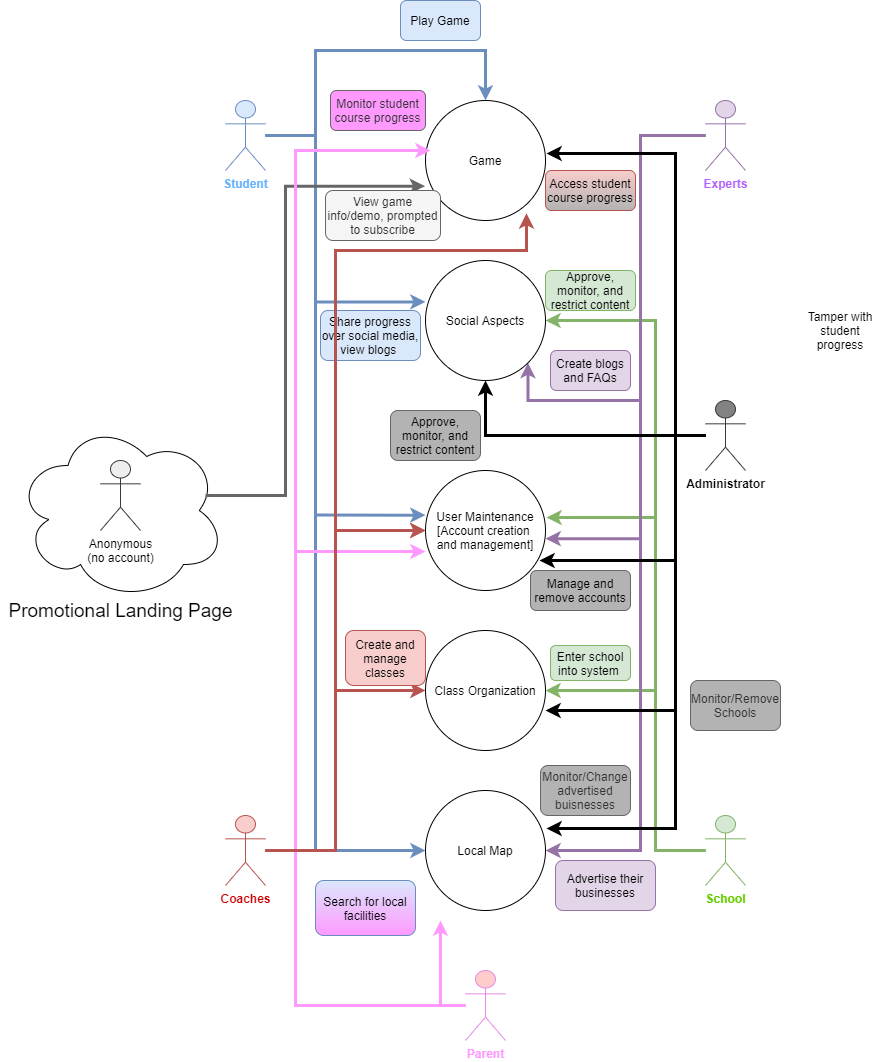
Before: Deliverables/Week_2/Use Cases.png, a diagram exported from draw.io (Hanandrof/Group-3-Repository). Source tidied: cells renumbered, new cells last; positions are measured from the earlier drawing's top-left corner, leaving out a move shared by most shapes.
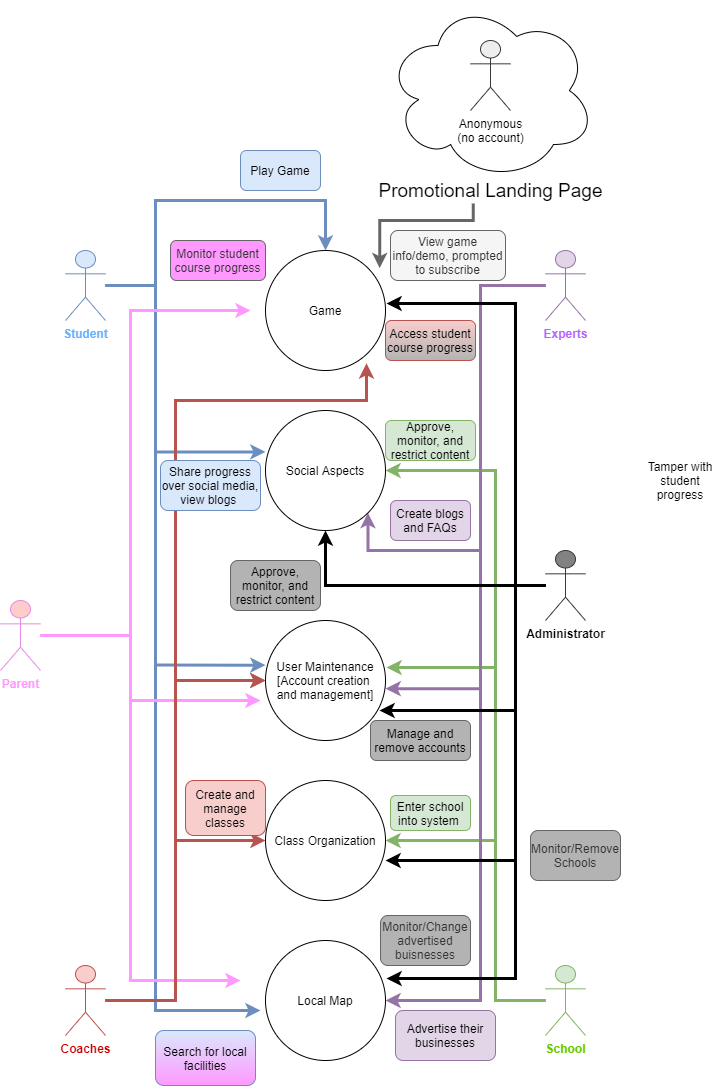
Later version of the same file.

What changed in the source:
```diff
@@ -3,7 +3,7 @@
     <mxCell id="0" />
     <mxCell id="1" parent="0" />
     <mxCell id="2" style="ellipse;shape=cloud;whiteSpace=wrap;html=1;" parent="1" vertex="1">
-      <mxGeometry x="15" y="420" width="210" height="180" as="geometry" />
+      <mxGeometry x="545" y="-150" width="210" height="180" as="geometry" />
     </mxCell>
     <mxCell id="3" style="edgeStyle=orthogonalEdgeStyle;rounded=0;jettySize=auto;html=1;entryX=0.5;entryY=0;entryDx=0;entryDy=0;fillColor=#dae8fc;strokeColor=#6c8ebf;strokeWidth=3;" parent="1" edge="1" source="7" target="19">
       <mxGeometry relative="1" as="geometry">
@@ -30,11 +30,12 @@
         </Array>
       </mxGeometry>
     </mxCell>
-    <mxCell id="6" style="edgeStyle=orthogonalEdgeStyle;rounded=0;jettySize=auto;html=1;entryX=0;entryY=0.5;entryDx=0;entryDy=0;fillColor=#dae8fc;strokeColor=#6c8ebf;strokeWidth=3;" parent="1" edge="1" source="7" target="23">
+    <mxCell id="6" style="edgeStyle=orthogonalEdgeStyle;rounded=0;jettySize=auto;html=1;fillColor=#dae8fc;strokeColor=#6c8ebf;strokeWidth=3;" parent="1" edge="1" source="7">
       <mxGeometry relative="1" as="geometry">
+        <mxPoint x="420" y="860" as="targetPoint" />
         <Array as="points">
           <mxPoint x="315" y="135" />
-          <mxPoint x="315" y="850" />
+          <mxPoint x="315" y="860" />
         </Array>
       </mxGeometry>
     </mxCell>
@@ -133,9 +134,6 @@
     <mxCell id="24" value="Play Game" style="text;html=1;strokeColor=#6c8ebf;fillColor=#dae8fc;align=center;verticalAlign=middle;whiteSpace=wrap;rounded=1;" parent="1" vertex="1">
       <mxGeometry x="400" width="80" height="40" as="geometry" />
     </mxCell>
-    <mxCell id="25" value="Share progress over social media, view blogs&amp;nbsp;" style="text;html=1;strokeColor=#6c8ebf;fillColor=#dae8fc;align=center;verticalAlign=middle;whiteSpace=wrap;rounded=1;" parent="1" vertex="1">
-      <mxGeometry x="320" y="310" width="100" height="50" as="geometry" />
-    </mxCell>
     <mxCell id="26" value="Approve, monitor, and restrict content" style="text;html=1;strokeColor=#82b366;fillColor=#d5e8d4;align=center;verticalAlign=middle;whiteSpace=wrap;rounded=1;glass=0;shadow=0;sketch=0;" parent="1" vertex="1">
       <mxGeometry x="545" y="270" width="90" height="40" as="geometry" />
     </mxCell>
@@ -154,17 +152,16 @@
     <mxCell id="31" value="Create blogs and FAQs" style="text;html=1;strokeColor=#9673a6;fillColor=#e1d5e7;align=center;verticalAlign=middle;whiteSpace=wrap;rounded=1;fontSize=12;" parent="1" vertex="1">
       <mxGeometry x="550" y="350" width="80" height="40" as="geometry" />
     </mxCell>
-    <mxCell id="32" style="edgeStyle=orthogonalEdgeStyle;rounded=0;jettySize=auto;html=1;entryX=-0.004;entryY=0.714;entryDx=0;entryDy=0;entryPerimeter=0;strokeWidth=3;fillColor=#f5f5f5;strokeColor=#666666;" parent="1" edge="1" target="19">
+    <mxCell id="32" style="edgeStyle=orthogonalEdgeStyle;rounded=0;jettySize=auto;html=1;strokeWidth=3;fillColor=#f5f5f5;strokeColor=#666666;exitX=0.428;exitY=1.152;exitDx=0;exitDy=0;exitPerimeter=0;entryX=0.952;entryY=0.147;entryDx=0;entryDy=0;entryPerimeter=0;" parent="1" edge="1" source="41" target="19">
       <mxGeometry relative="1" as="geometry">
-        <mxPoint x="205" y="495" as="sourcePoint" />
         <Array as="points">
-          <mxPoint x="285" y="495" />
-          <mxPoint x="285" y="186" />
+          <mxPoint x="633" y="70" />
+          <mxPoint x="539" y="70" />
         </Array>
       </mxGeometry>
     </mxCell>
     <mxCell id="33" value="Anonymous&lt;br&gt;(no account)" style="shape=umlActor;verticalLabelPosition=bottom;verticalAlign=top;html=1;fillColor=#eeeeee;strokeColor=#36393d;" parent="1" vertex="1">
-      <mxGeometry x="100" y="460" width="40" height="70" as="geometry" />
+      <mxGeometry x="630" y="-110" width="40" height="70" as="geometry" />
     </mxCell>
     <mxCell id="34" style="edgeStyle=orthogonalEdgeStyle;rounded=0;jettySize=auto;html=1;entryX=0.95;entryY=0.75;entryDx=0;entryDy=0;entryPerimeter=0;strokeWidth=3;" parent="1" edge="1" source="39" target="21">
       <mxGeometry relative="1" as="geometry">
@@ -212,36 +209,41 @@
       <mxGeometry x="545" y="170" width="90" height="40" as="geometry" />
     </mxCell>
     <mxCell id="41" value="&lt;font style=&quot;font-size: 19px&quot;&gt;Promotional Landing Page&lt;/font&gt;" style="text;html=1;align=center;verticalAlign=middle;points=[];" parent="1" vertex="1">
-      <mxGeometry y="600" width="240" height="20" as="geometry" />
+      <mxGeometry x="530" y="30" width="240" height="20" as="geometry" />
     </mxCell>
     <mxCell id="42" value="View game info/demo, prompted to subscribe" style="text;html=1;strokeColor=#666666;fillColor=#f5f5f5;align=center;verticalAlign=middle;whiteSpace=wrap;rounded=1;fontColor=#333333;" parent="1" vertex="1">
-      <mxGeometry x="325" y="190" width="115" height="50" as="geometry" />
+      <mxGeometry x="550" y="80" width="115" height="50" as="geometry" />
     </mxCell>
-    <mxCell id="43" style="edgeStyle=orthogonalEdgeStyle;rounded=0;jettySize=auto;html=1;entryX=0;entryY=0.675;entryDx=0;entryDy=0;entryPerimeter=0;strokeWidth=3;strokeColor=#FF99FF;" parent="1" edge="1" source="46" target="21">
-      <mxGeometry relative="1" as="geometry">
-        <Array as="points">
-          <mxPoint x="295" y="1005" />
-          <mxPoint x="295" y="551" />
-        </Array>
-      </mxGeometry>
-    </mxCell>
-    <mxCell id="44" style="edgeStyle=orthogonalEdgeStyle;rounded=0;jettySize=auto;html=1;strokeWidth=3;fillColor=#ffcccc;strokeColor=#FF99FF;" parent="1" edge="1" source="46">
-      <mxGeometry relative="1" as="geometry">
-        <mxPoint x="430" y="150" as="targetPoint" />
-        <Array as="points">
-          <mxPoint x="295" y="1005" />
-          <mxPoint x="295" y="150" />
-          <mxPoint x="426" y="150" />
-        </Array>
-      </mxGeometry>
-    </mxCell>
-    <mxCell id="45" style="edgeStyle=orthogonalEdgeStyle;rounded=0;jettySize=auto;html=1;strokeColor=#FF99FF;strokeWidth=3;fontSize=12;" parent="1" edge="1" source="46">
-      <mxGeometry relative="1" as="geometry">
-        <mxPoint x="440" y="920" as="targetPoint" />
-      </mxGeometry>
-    </mxCell>
+    <mxCell id="55" style="edgeStyle=orthogonalEdgeStyle;rounded=0;jettySize=auto;html=1;strokeColor=#FF99FF;strokeWidth=3;fontSize=12;" parent="1" edge="1" source="46">
+      <mxGeometry relative="1" as="geometry">
+        <mxPoint x="410" y="160" as="targetPoint" />
+        <Array as="points">
+          <mxPoint x="290" y="485" />
+          <mxPoint x="290" y="160" />
+        </Array>
+      </mxGeometry>
+    </mxCell>
+    <mxCell id="56" style="edgeStyle=orthogonalEdgeStyle;rounded=0;jettySize=auto;html=1;strokeColor=#FF99FF;strokeWidth=3;fontSize=12;" parent="1" edge="1" source="46">
+      <mxGeometry relative="1" as="geometry">
+        <mxPoint x="420" y="550" as="targetPoint" />
+        <Array as="points">
+          <mxPoint x="290" y="485" />
+          <mxPoint x="290" y="550" />
+          <mxPoint x="410" y="550" />
+        </Array>
+      </mxGeometry>
+    </mxCell>
+    <mxCell id="57" style="edgeStyle=orthogonalEdgeStyle;rounded=0;jettySize=auto;html=1;strokeColor=#FF99FF;strokeWidth=3;fontSize=12;" parent="1" edge="1" source="46">
+      <mxGeometry relative="1" as="geometry">
+        <mxPoint x="400" y="830" as="targetPoint" />
+        <Array as="points">
+          <mxPoint x="290" y="485" />
+          <mxPoint x="290" y="830" />
+        </Array>
+      </mxGeometry>
+    </mxCell>
     <mxCell id="46" value="&lt;b&gt;&lt;font color=&quot;#ff99ff&quot;&gt;Parent&lt;/font&gt;&lt;/b&gt;" style="shape=umlActor;verticalLabelPosition=bottom;verticalAlign=top;html=1;outlineConnect=0;fillColor=#ffcccc;strokeColor=#E68AE6;" parent="1" vertex="1">
-      <mxGeometry x="465" y="970" width="40" height="70" as="geometry" />
+      <mxGeometry x="160" y="450" width="40" height="70" as="geometry" />
     </mxCell>
     <mxCell id="47" value="Tamper with student progress" style="text;html=1;strokeColor=none;fillColor=none;align=center;verticalAlign=middle;whiteSpace=wrap;rounded=0;" parent="1" vertex="1">
       <mxGeometry x="795" y="310" width="90" height="40" as="geometry" />
@@ -281,5 +283,8 @@
         </Array>
       </mxGeometry>
     </mxCell>
+    <mxCell id="25" value="Share progress over social media, view blogs&amp;nbsp;" style="text;html=1;strokeColor=#6c8ebf;fillColor=#dae8fc;align=center;verticalAlign=middle;whiteSpace=wrap;rounded=1;" parent="1" vertex="1">
+      <mxGeometry x="320" y="310" width="100" height="50" as="geometry" />
+    </mxCell>
   </root>
 </mxGraphModel>
```
